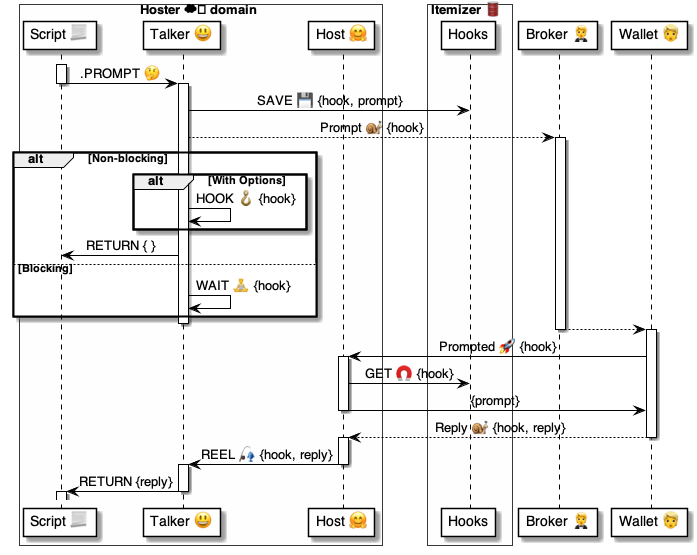
This is 4 ⚙️ Solution/35 💬 Chats/Talkers 😃/😃⏩ Talker flows/Prompts 😃⏩🧑‍🦰/🤔 Prompts ⚙️ uml.png from pollyweb-org/pollyweb-docs, a PlantUML export, as it was before one commit. Its source is kept beside it as 4 ⚙️ Solution/35 💬 Chats/Talkers 😃/😃⏩ Talker flows/Prompts 😃⏩🧑‍🦰/🤔 Prompts ⚙️ uml.puml. Source of this version:
```plantuml
@startuml SHARE

box Hoster ☁️ domain #FFFFFA
    participant "Script 📃" as script
    participant "Talker 😃" as talker
    participant "Host 🤗" as host
end box

box Itemizer 🛢  #FFFFFA
    participant "Hooks" as hooks
end box

participant "Broker 🤵" as broker
participant "Wallet 👱" as wallet

activate script
    script -> talker: .PROMPT 🤔
deactivate script

activate talker
    talker -> hooks: SAVE 💾 {hook, prompt}
    talker --> broker: Prompt 🐌 {hook}
activate broker

    alt Non-blocking
        alt With Options
            talker -> talker: HOOK 🪝 {hook}
        end alt
        talker -> script: RETURN { }
    else Blocking
        talker -> talker: WAIT 🧘 {hook}
    end alt

deactivate talker

    broker --> wallet:
deactivate broker

activate wallet
    wallet -> host: Prompted 🚀 {hook}

    activate host
        host -> hooks: GET 🧲 {hook}
        host -> wallet: {prompt}
    deactivate host

    wallet --> host: Reply 🐌 {hook, reply}
deactivate wallet

activate host
    host -> talker: REEL 🎣 {hook, reply}
deactivate host

activate talker
    talker -> script: RETURN {reply}
deactivate talker

activate script
deactivate script

@enduml
```
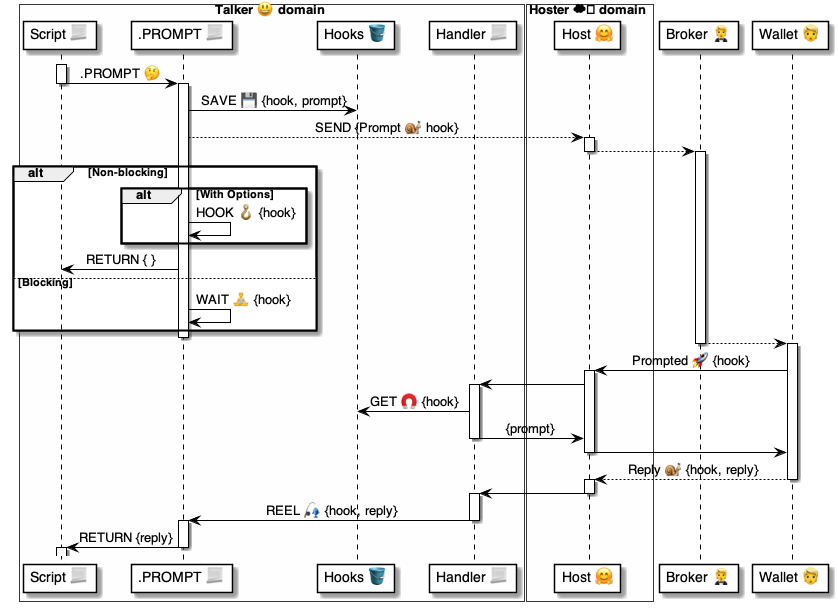
The same file after the commit.

What changed in the source:
```diff
@@ -1,13 +1,14 @@
 @startuml SHARE
 
-box Hoster ☁️ domain #FFFFFA
+box Talker 😃 domain #FFFFFD
     participant "Script 📃" as script
-    participant "Talker 😃" as talker
-    participant "Host 🤗" as host
+    participant ".PROMPT 📃" as talker
+    participant "Hooks 🪣" as hooks
+    participant "Handler 📃" as handler
 end box
 
-box Itemizer 🛢  #FFFFFA
-    participant "Hooks" as hooks
+box Hoster ☁️ domain #FFFFFA
+    participant "Host 🤗" as host
 end box
 
 participant "Broker 🤵" as broker
@@ -19,7 +20,10 @@
 
 activate talker
     talker -> hooks: SAVE 💾 {hook, prompt}
-    talker --> broker: Prompt 🐌 {hook}
+    talker --> host: SEND {Prompt 🐌 hook}
+    activate host
+        host --> broker:
+    deactivate host
 activate broker
 
     alt Non-blocking
@@ -40,16 +44,24 @@
     wallet -> host: Prompted 🚀 {hook}
 
     activate host
-        host -> hooks: GET 🧲 {hook}
-        host -> wallet: {prompt}
+        host -> handler
+        activate handler
+            handler -> hooks: GET 🧲 {hook}
+            handler -> host: {prompt}
+        deactivate handler
+        host -> wallet:
     deactivate host
 
     wallet --> host: Reply 🐌 {hook, reply}
 deactivate wallet
 
 activate host
-    host -> talker: REEL 🎣 {hook, reply}
+    host -> handler:
 deactivate host
+
+activate handler
+    handler -> talker: REEL 🎣 {hook, reply}
+deactivate handler
 
 activate talker
     talker -> script: RETURN {reply}
```
